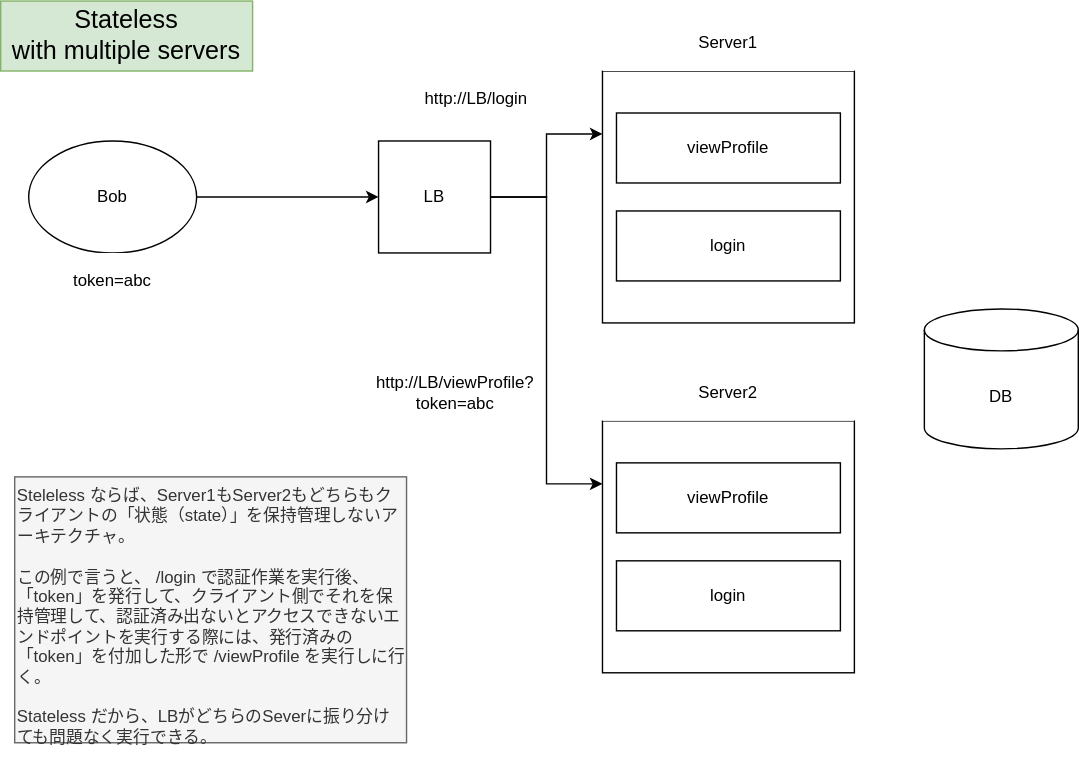
The draw.io diagram stateless.drawio.svg in KeisakuHiga/study, before a commit. Source tidied: cells renumbered, new cells last; positions are measured from the earlier drawing's top-left corner, leaving out a move shared by most shapes. The source it was exported from:
```xml
<mxGraphModel>
  <root>
    <mxCell id="0" />
    <mxCell id="1" parent="0" />
    <mxCell id="2" style="whiteSpace=wrap;html=1;" parent="1" vertex="1">
      <mxGeometry x="430" y="50" width="180" height="180" as="geometry" />
    </mxCell>
    <mxCell id="3" value="Server1" style="rounded=0;whiteSpace=wrap;html=1;strokeColor=none;" parent="1" vertex="1">
      <mxGeometry x="430" y="10" width="180" height="40" as="geometry" />
    </mxCell>
    <mxCell id="4" value="viewProfile" style="rounded=0;whiteSpace=wrap;html=1;" parent="1" vertex="1">
      <mxGeometry x="440" y="80" width="160" height="50" as="geometry" />
    </mxCell>
    <mxCell id="5" value="login" style="rounded=0;whiteSpace=wrap;html=1;" parent="1" vertex="1">
      <mxGeometry x="440" y="150" width="160" height="50" as="geometry" />
    </mxCell>
    <mxCell id="6" style="edgeStyle=orthogonalEdgeStyle;rounded=0;jettySize=auto;html=1;exitX=1;exitY=0.5;exitDx=0;exitDy=0;" parent="1" edge="1" source="7">
      <mxGeometry relative="1" as="geometry">
        <mxPoint x="270" y="140" as="targetPoint" />
      </mxGeometry>
    </mxCell>
    <mxCell id="7" value="Bob" style="ellipse;whiteSpace=wrap;html=1;" parent="1" vertex="1">
      <mxGeometry x="20" y="100" width="120" height="80" as="geometry" />
    </mxCell>
    <mxCell id="8" style="edgeStyle=orthogonalEdgeStyle;rounded=0;jettySize=auto;html=1;entryX=0;entryY=0.25;entryDx=0;entryDy=0;" parent="1" edge="1" source="10" target="2">
      <mxGeometry relative="1" as="geometry" />
    </mxCell>
    <mxCell id="9" style="edgeStyle=orthogonalEdgeStyle;rounded=0;jettySize=auto;html=1;entryX=0;entryY=0.25;entryDx=0;entryDy=0;" parent="1" edge="1" source="10" target="11">
      <mxGeometry relative="1" as="geometry" />
    </mxCell>
    <mxCell id="10" value="LB" style="whiteSpace=wrap;html=1;" parent="1" vertex="1">
      <mxGeometry x="270" y="100" width="80" height="80" as="geometry" />
    </mxCell>
    <mxCell id="11" style="whiteSpace=wrap;html=1;" parent="1" vertex="1">
      <mxGeometry x="430" y="300" width="180" height="180" as="geometry" />
    </mxCell>
    <mxCell id="12" value="Server2" style="rounded=0;whiteSpace=wrap;html=1;strokeColor=none;" parent="1" vertex="1">
      <mxGeometry x="430" y="260" width="180" height="40" as="geometry" />
    </mxCell>
    <mxCell id="13" value="viewProfile" style="rounded=0;whiteSpace=wrap;html=1;" parent="1" vertex="1">
      <mxGeometry x="440" y="330" width="160" height="50" as="geometry" />
    </mxCell>
    <mxCell id="14" value="login" style="rounded=0;whiteSpace=wrap;html=1;" parent="1" vertex="1">
      <mxGeometry x="440" y="400" width="160" height="50" as="geometry" />
    </mxCell>
    <mxCell id="15" value="http://LB/login" style="rounded=0;whiteSpace=wrap;html=1;strokeColor=none;" parent="1" vertex="1">
      <mxGeometry x="280" y="50" width="120" height="40" as="geometry" />
    </mxCell>
    <mxCell id="16" value="DB" style="shape=cylinder3;whiteSpace=wrap;html=1;boundedLbl=1;backgroundOutline=1;size=15;" parent="1" vertex="1">
      <mxGeometry x="660" y="220" width="110" height="100" as="geometry" />
    </mxCell>
    <mxCell id="17" value="Stateless&lt;br&gt;with multiple servers" style="rounded=0;whiteSpace=wrap;html=1;strokeColor=#82b366;fontSize=18;fillColor=#d5e8d4;" parent="1" vertex="1">
      <mxGeometry width="180" height="50" as="geometry" />
    </mxCell>
    <mxCell id="18" value="Steleless ならば、Server1もServer2もどちらもクライアントの「状態（state）」を保持管理しないアーキテクチャ。&lt;br&gt;&lt;br&gt;この例で言うと、 /login で認証作業を実行後、「token」を発行して、クライアント側でそれを保持管理して、認証済み出ないとアクセスできないエンドポイントを実行する際には、発行済みの「token」を付加した形で /viewProfile を実行しに行く。&lt;br&gt;&lt;br&gt;Stateless だから、LBがどちらのSeverに振り分けても問題なく実行できる。&lt;br&gt;&lt;br&gt;" style="rounded=0;whiteSpace=wrap;html=1;strokeColor=#666666;align=left;verticalAlign=top;fillColor=#f5f5f5;fontColor=#333333;" parent="1" vertex="1">
      <mxGeometry x="10" y="340" width="280" height="190" as="geometry" />
    </mxCell>
    <mxCell id="19" value="http://LB/viewProfile?token=abc" style="rounded=0;whiteSpace=wrap;html=1;strokeColor=none;" parent="1" vertex="1">
      <mxGeometry x="265" y="260" width="120" height="40" as="geometry" />
    </mxCell>
    <mxCell id="20" value="token=abc" style="rounded=0;whiteSpace=wrap;html=1;strokeColor=none;" parent="1" vertex="1">
      <mxGeometry x="20" y="180" width="120" height="40" as="geometry" />
    </mxCell>
  </root>
</mxGraphModel>
```
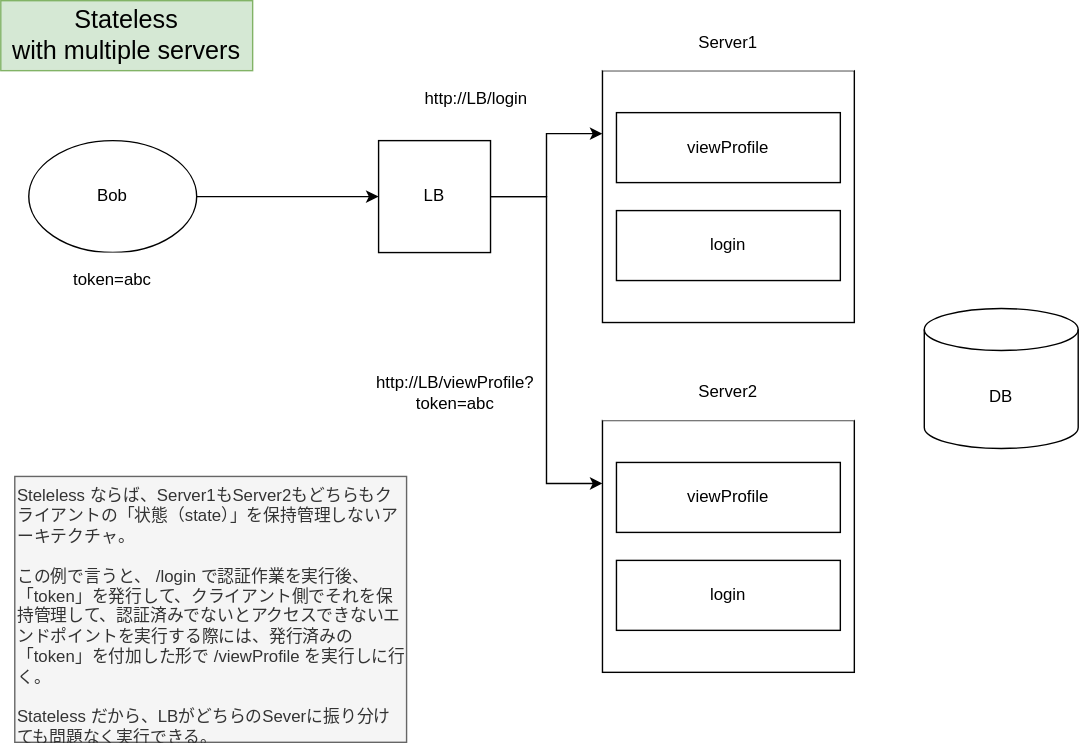
The same file after the commit.

Diff of the diagram source:
```diff
@@ -52,7 +52,7 @@
     <mxCell id="17" value="Stateless&lt;br&gt;with multiple servers" style="rounded=0;whiteSpace=wrap;html=1;strokeColor=#82b366;fontSize=18;fillColor=#d5e8d4;" parent="1" vertex="1">
       <mxGeometry width="180" height="50" as="geometry" />
     </mxCell>
-    <mxCell id="18" value="Steleless ならば、Server1もServer2もどちらもクライアントの「状態（state）」を保持管理しないアーキテクチャ。&lt;br&gt;&lt;br&gt;この例で言うと、 /login で認証作業を実行後、「token」を発行して、クライアント側でそれを保持管理して、認証済み出ないとアクセスできないエンドポイントを実行する際には、発行済みの「token」を付加した形で /viewProfile を実行しに行く。&lt;br&gt;&lt;br&gt;Stateless だから、LBがどちらのSeverに振り分けても問題なく実行できる。&lt;br&gt;&lt;br&gt;" style="rounded=0;whiteSpace=wrap;html=1;strokeColor=#666666;align=left;verticalAlign=top;fillColor=#f5f5f5;fontColor=#333333;" parent="1" vertex="1">
+    <mxCell id="18" value="Steleless ならば、Server1もServer2もどちらもクライアントの「状態（state）」を保持管理しないアーキテクチャ。&lt;br&gt;&lt;br&gt;この例で言うと、 /login で認証作業を実行後、「token」を発行して、クライアント側でそれを保持管理して、認証済みでないとアクセスできないエンドポイントを実行する際には、発行済みの「token」を付加した形で /viewProfile を実行しに行く。&lt;br&gt;&lt;br&gt;Stateless だから、LBがどちらのSeverに振り分けても問題なく実行できる。&lt;br&gt;" style="rounded=0;whiteSpace=wrap;html=1;strokeColor=#666666;align=left;verticalAlign=top;fillColor=#f5f5f5;fontColor=#333333;" parent="1" vertex="1">
       <mxGeometry x="10" y="340" width="280" height="190" as="geometry" />
     </mxCell>
     <mxCell id="19" value="http://LB/viewProfile?token=abc" style="rounded=0;whiteSpace=wrap;html=1;strokeColor=none;" parent="1" vertex="1">
```
